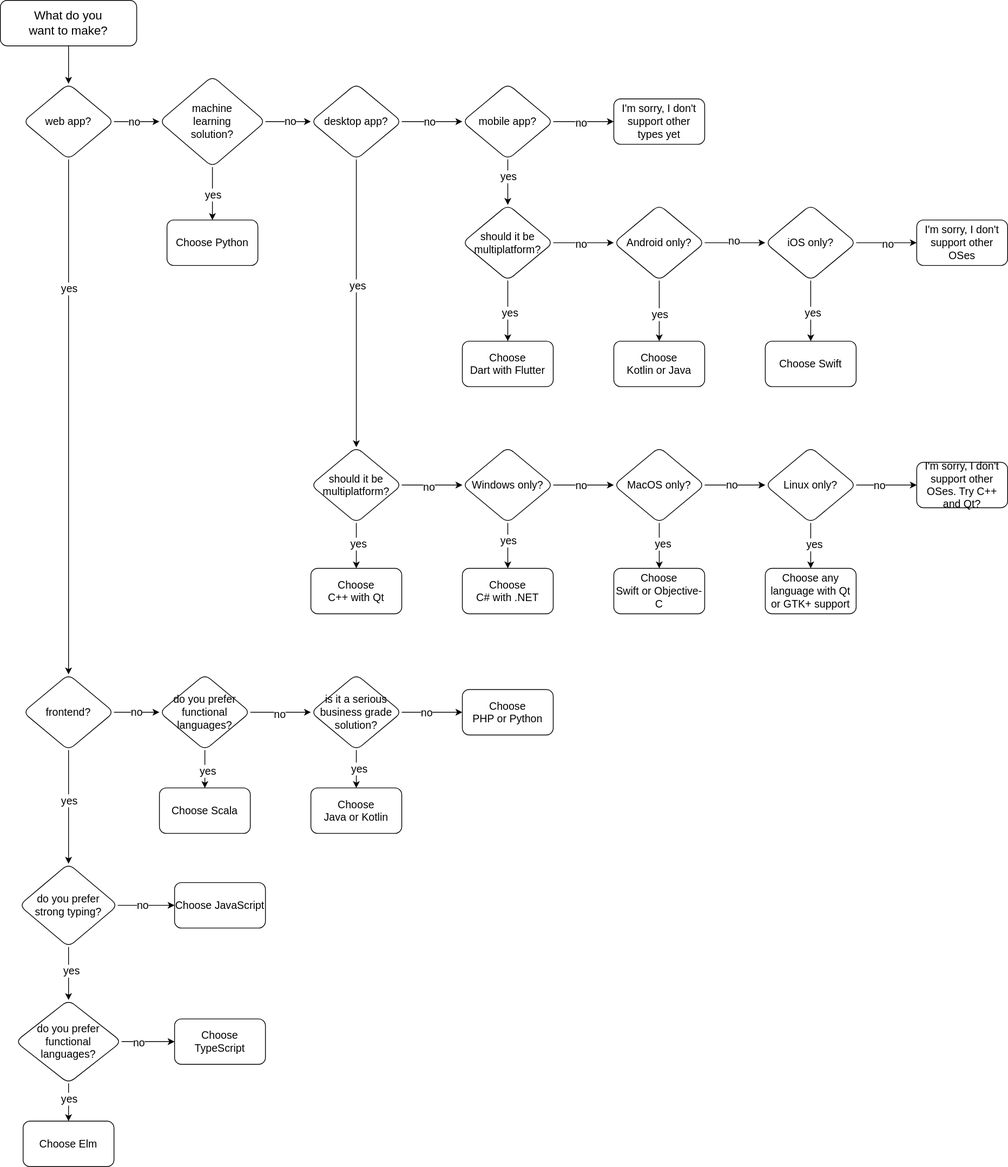
Earlier version of the draw.io export CLIPS/language_chooser.svg (hckr/ai-classes). Source tidied: cells renumbered, new cells last; positions are measured from the earlier drawing's top-left corner, leaving out a move shared by most shapes.
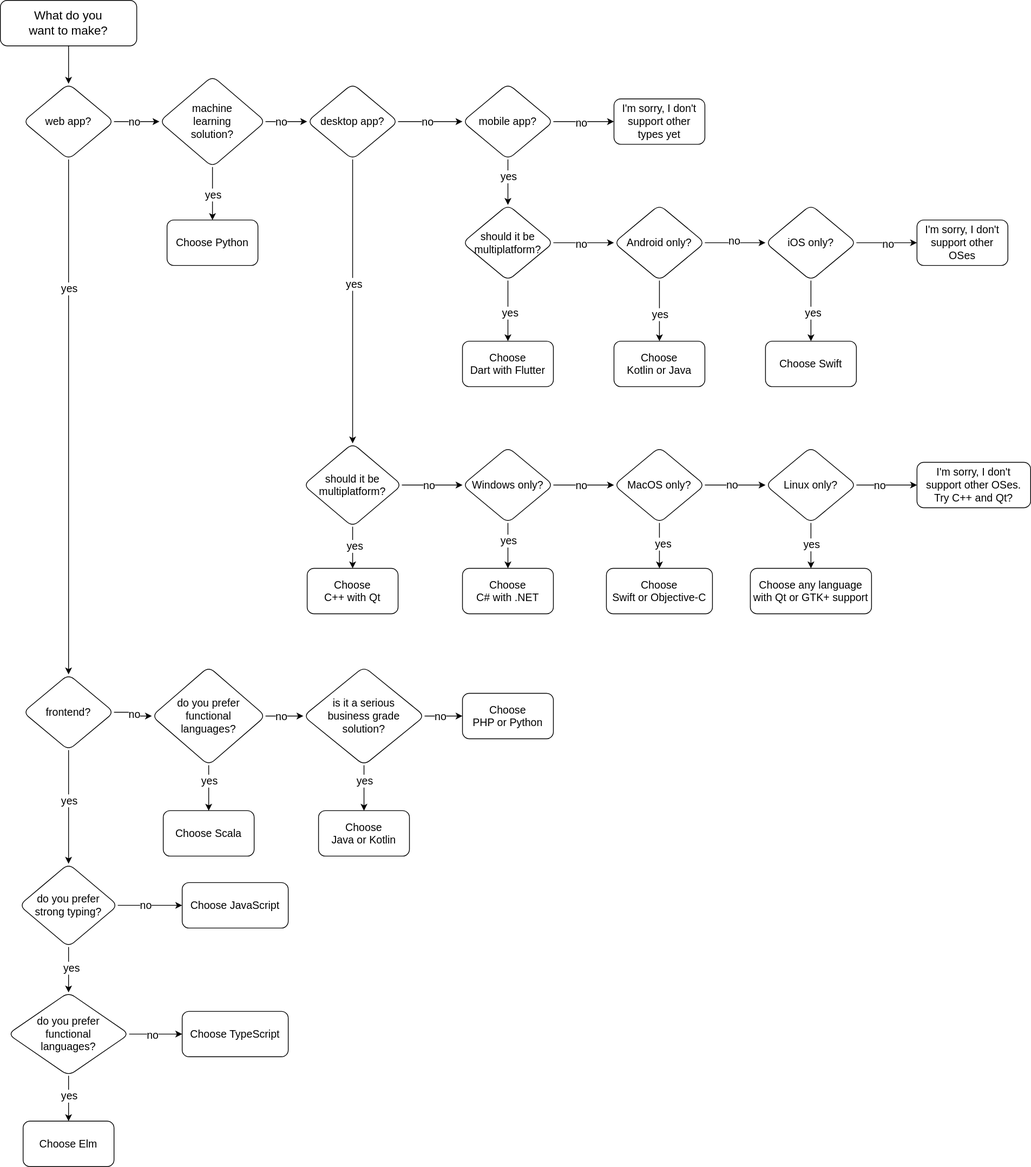
Later version of the same file.

The edit, as a diff of the source:
```diff
@@ -1,4 +1,4 @@
-<mxGraphModel>
+<mxGraphModel background="#FFFFFF">
   <root>
     <mxCell id="0" />
     <mxCell id="1" parent="0" />
@@ -67,43 +67,51 @@
       <mxGeometry relative="1" as="geometry" />
     </mxCell>
     <mxCell id="22" value="no" style="edgeLabel;html=1;align=center;verticalAlign=middle;fontSize=14;" parent="21" vertex="1">
-      <mxGeometry x="-0.37" y="-1" relative="1" as="geometry" />
+      <mxGeometry x="-0.37" y="-1" relative="1" as="geometry">
+        <mxPoint x="8" as="offset" />
+      </mxGeometry>
     </mxCell>
     <mxCell id="23" value="&lt;div style=&quot;font-size: 14px;&quot;&gt;do you prefer&lt;/div&gt;&lt;div style=&quot;font-size: 14px;&quot;&gt;functional&lt;/div&gt;&lt;div style=&quot;font-size: 14px;&quot;&gt;languages?&lt;/div&gt;" style="rhombus;whiteSpace=wrap;html=1;rounded=1;shadow=0;strokeWidth=1;glass=0;fontSize=14;" parent="1" vertex="1">
-      <mxGeometry x="20" y="1320" width="140" height="110" as="geometry" />
+      <mxGeometry x="10" y="1310" width="160" height="110" as="geometry" />
     </mxCell>
     <mxCell id="24" value="Choose Elm" style="whiteSpace=wrap;html=1;rounded=1;shadow=0;strokeWidth=1;glass=0;fontSize=14;" parent="1" vertex="1">
       <mxGeometry x="30" y="1480" width="120" height="60" as="geometry" />
     </mxCell>
     <mxCell id="25" value="Choose TypeScript" style="whiteSpace=wrap;html=1;rounded=1;shadow=0;strokeWidth=1;glass=0;fontSize=14;" parent="1" vertex="1">
-      <mxGeometry x="230" y="1345" width="120" height="60" as="geometry" />
+      <mxGeometry x="240" y="1335" width="140" height="60" as="geometry" />
     </mxCell>
     <mxCell id="26" value="Choose JavaScript" style="whiteSpace=wrap;html=1;rounded=1;shadow=0;strokeWidth=1;glass=0;fontSize=14;" parent="1" vertex="1">
-      <mxGeometry x="230" y="1165" width="120" height="60" as="geometry" />
+      <mxGeometry x="240" y="1165" width="140" height="60" as="geometry" />
     </mxCell>
     <mxCell id="27" style="edgeStyle=orthogonalEdgeStyle;rounded=0;jettySize=auto;html=1;fontSize=14;" parent="1" edge="1" source="31" target="32">
       <mxGeometry relative="1" as="geometry" />
     </mxCell>
     <mxCell id="28" value="yes" style="edgeLabel;html=1;align=center;verticalAlign=middle;fontSize=14;" parent="27" vertex="1">
-      <mxGeometry x="0.08" y="3" relative="1" as="geometry" />
+      <mxGeometry x="0.08" y="3" relative="1" as="geometry">
+        <mxPoint x="-3" y="-12" as="offset" />
+      </mxGeometry>
     </mxCell>
     <mxCell id="29" style="edgeStyle=orthogonalEdgeStyle;rounded=0;jettySize=auto;html=1;fontSize=14;" parent="1" edge="1" source="31" target="37">
       <mxGeometry relative="1" as="geometry" />
     </mxCell>
     <mxCell id="30" value="no" style="edgeLabel;html=1;align=center;verticalAlign=middle;fontSize=14;" parent="29" vertex="1">
-      <mxGeometry x="-0.05" y="-2" relative="1" as="geometry" />
+      <mxGeometry x="-0.05" y="-2" relative="1" as="geometry">
+        <mxPoint x="-4" y="-2" as="offset" />
+      </mxGeometry>
     </mxCell>
-    <mxCell id="31" value="&lt;div style=&quot;font-size: 14px;&quot;&gt;do you prefer functional&lt;/div&gt;&lt;div style=&quot;font-size: 14px;&quot;&gt;languages?&lt;/div&gt;" style="rhombus;whiteSpace=wrap;html=1;rounded=1;shadow=0;strokeWidth=1;glass=0;fontSize=14;" parent="1" vertex="1">
-      <mxGeometry x="210" y="890" width="120" height="100" as="geometry" />
+    <mxCell id="31" value="&lt;div style=&quot;font-size: 14px&quot;&gt;do you prefer&lt;/div&gt;&lt;div style=&quot;font-size: 14px&quot;&gt;functional&lt;/div&gt;&lt;div style=&quot;font-size: 14px&quot;&gt;languages?&lt;/div&gt;" style="rhombus;whiteSpace=wrap;html=1;rounded=1;shadow=0;strokeWidth=1;glass=0;fontSize=14;" parent="1" vertex="1">
+      <mxGeometry x="200" y="880" width="150" height="130" as="geometry" />
     </mxCell>
     <mxCell id="32" value="Choose Scala" style="whiteSpace=wrap;html=1;rounded=1;shadow=0;strokeWidth=1;glass=0;fontSize=14;" parent="1" vertex="1">
-      <mxGeometry x="210" y="1040" width="120" height="60" as="geometry" />
+      <mxGeometry x="215" y="1070" width="120" height="60" as="geometry" />
     </mxCell>
     <mxCell id="33" style="edgeStyle=orthogonalEdgeStyle;rounded=0;jettySize=auto;html=1;fontSize=14;" parent="1" edge="1" source="37" target="38">
       <mxGeometry relative="1" as="geometry" />
     </mxCell>
     <mxCell id="34" value="yes" style="edgeLabel;html=1;align=center;verticalAlign=middle;fontSize=14;" parent="33" vertex="1">
-      <mxGeometry x="-0.04" y="3" relative="1" as="geometry" />
+      <mxGeometry x="-0.04" y="3" relative="1" as="geometry">
+        <mxPoint x="-3" y="-9" as="offset" />
+      </mxGeometry>
     </mxCell>
     <mxCell id="35" style="edgeStyle=orthogonalEdgeStyle;rounded=0;jettySize=auto;html=1;fontSize=14;" parent="1" edge="1" source="37" target="39">
       <mxGeometry relative="1" as="geometry" />
@@ -113,14 +121,14 @@
         <mxPoint y="-3" as="offset" />
       </mxGeometry>
     </mxCell>
-    <mxCell id="37" value="is it a serious business grade solution?" style="rhombus;whiteSpace=wrap;html=1;rounded=1;shadow=0;strokeWidth=1;glass=0;fontSize=14;" parent="1" vertex="1">
-      <mxGeometry x="410" y="890" width="120" height="100" as="geometry" />
+    <mxCell id="37" value="&lt;div&gt;is it a serious&lt;/div&gt;&lt;div&gt;business grade&lt;/div&gt;&lt;div&gt;solution?&lt;/div&gt;" style="rhombus;whiteSpace=wrap;html=1;rounded=1;shadow=0;strokeWidth=1;glass=0;fontSize=14;" parent="1" vertex="1">
+      <mxGeometry x="400" y="880" width="160" height="130" as="geometry" />
     </mxCell>
     <mxCell id="38" value="Choose&lt;br style=&quot;font-size: 14px;&quot;&gt;Java or Kotlin" style="whiteSpace=wrap;html=1;rounded=1;shadow=0;strokeWidth=1;glass=0;fontSize=14;" parent="1" vertex="1">
-      <mxGeometry x="410" y="1040" width="120" height="60" as="geometry" />
+      <mxGeometry x="420" y="1070" width="120" height="60" as="geometry" />
     </mxCell>
     <mxCell id="39" value="Choose&lt;br style=&quot;font-size: 14px;&quot;&gt;PHP or Python" style="whiteSpace=wrap;html=1;rounded=1;shadow=0;strokeWidth=1;glass=0;fontSize=14;" parent="1" vertex="1">
-      <mxGeometry x="610" y="910" width="120" height="60" as="geometry" />
+      <mxGeometry x="610" y="915" width="120" height="60" as="geometry" />
     </mxCell>
     <mxCell id="40" style="edgeStyle=orthogonalEdgeStyle;rounded=0;jettySize=auto;html=1;fontSize=14;" parent="1" edge="1" source="44" target="45">
       <mxGeometry relative="1" as="geometry" />
@@ -134,7 +142,9 @@
       <mxGeometry relative="1" as="geometry" />
     </mxCell>
     <mxCell id="43" value="no" style="edgeLabel;html=1;align=center;verticalAlign=middle;fontSize=14;" parent="42" vertex="1">
-      <mxGeometry x="0.05" y="1" relative="1" as="geometry" />
+      <mxGeometry x="0.05" y="1" relative="1" as="geometry">
+        <mxPoint x="-9" y="1" as="offset" />
+      </mxGeometry>
     </mxCell>
     <mxCell id="44" value="&lt;div&gt;machine&lt;/div&gt;&lt;div&gt;learning&lt;/div&gt;&lt;div&gt;solution?&lt;/div&gt;" style="rhombus;whiteSpace=wrap;html=1;rounded=1;shadow=0;strokeWidth=1;glass=0;fontSize=14;" parent="1" vertex="1">
       <mxGeometry x="210" y="100" width="140" height="120" as="geometry" />
@@ -155,7 +165,7 @@
       <mxGeometry x="-0.1" relative="1" as="geometry" />
     </mxCell>
     <mxCell id="50" value="desktop app?" style="rhombus;whiteSpace=wrap;html=1;rounded=1;shadow=0;strokeWidth=1;glass=0;fontSize=14;" parent="1" vertex="1">
-      <mxGeometry x="410" y="110" width="120" height="100" as="geometry" />
+      <mxGeometry x="405" y="110" width="120" height="100" as="geometry" />
     </mxCell>
     <mxCell id="51" style="edgeStyle=orthogonalEdgeStyle;rounded=0;jettySize=auto;html=1;fontSize=14;" parent="1" edge="1" source="55" target="56">
       <mxGeometry relative="1" as="geometry" />
@@ -167,13 +177,15 @@
       <mxGeometry relative="1" as="geometry" />
     </mxCell>
     <mxCell id="54" value="no" style="edgeLabel;html=1;align=center;verticalAlign=middle;fontSize=14;" parent="53" vertex="1">
-      <mxGeometry x="-0.12" y="-2" relative="1" as="geometry" />
+      <mxGeometry x="-0.12" y="-2" relative="1" as="geometry">
+        <mxPoint y="-2" as="offset" />
+      </mxGeometry>
     </mxCell>
     <mxCell id="55" value="should it be multiplatform?" style="rhombus;whiteSpace=wrap;html=1;rounded=1;shadow=0;strokeWidth=1;glass=0;fontSize=14;" parent="1" vertex="1">
-      <mxGeometry x="410" y="590" width="120" height="100" as="geometry" />
+      <mxGeometry x="400" y="585" width="130" height="110" as="geometry" />
     </mxCell>
     <mxCell id="56" value="Choose&lt;br style=&quot;font-size: 14px;&quot;&gt;C++ with Qt" style="whiteSpace=wrap;html=1;rounded=1;shadow=0;strokeWidth=1;glass=0;fontSize=14;" parent="1" vertex="1">
-      <mxGeometry x="410" y="750" width="120" height="60" as="geometry" />
+      <mxGeometry x="405" y="750" width="120" height="60" as="geometry" />
     </mxCell>
     <mxCell id="57" style="edgeStyle=orthogonalEdgeStyle;rounded=0;jettySize=auto;html=1;fontSize=14;" parent="1" edge="1" source="61" target="62">
       <mxGeometry relative="1" as="geometry" />
@@ -211,13 +223,15 @@
       <mxGeometry x="810" y="590" width="120" height="100" as="geometry" />
     </mxCell>
     <mxCell id="68" value="Choose&lt;br style=&quot;font-size: 14px;&quot;&gt;Swift or Objective-C" style="whiteSpace=wrap;html=1;rounded=1;shadow=0;strokeWidth=1;glass=0;fontSize=14;" parent="1" vertex="1">
-      <mxGeometry x="810" y="750" width="120" height="60" as="geometry" />
+      <mxGeometry x="800" y="750" width="140" height="60" as="geometry" />
     </mxCell>
     <mxCell id="69" style="edgeStyle=orthogonalEdgeStyle;rounded=0;jettySize=auto;html=1;fontSize=14;" parent="1" edge="1" source="73" target="74">
       <mxGeometry relative="1" as="geometry" />
     </mxCell>
     <mxCell id="70" value="yes" style="edgeLabel;html=1;align=center;verticalAlign=middle;fontSize=14;" parent="69" vertex="1">
-      <mxGeometry x="-0.07" y="4" relative="1" as="geometry" />
+      <mxGeometry x="-0.07" y="4" relative="1" as="geometry">
+        <mxPoint x="-4" as="offset" />
+      </mxGeometry>
     </mxCell>
     <mxCell id="71" style="edgeStyle=orthogonalEdgeStyle;rounded=0;jettySize=auto;html=1;fontSize=14;" parent="1" edge="1" source="73" target="75">
       <mxGeometry relative="1" as="geometry" />
@@ -231,10 +245,10 @@
       <mxGeometry x="1010" y="590" width="120" height="100" as="geometry" />
     </mxCell>
     <mxCell id="74" value="Choose any language with Qt or GTK+ support" style="whiteSpace=wrap;html=1;rounded=1;shadow=0;strokeWidth=1;glass=0;fontSize=14;" parent="1" vertex="1">
-      <mxGeometry x="1010" y="750" width="120" height="60" as="geometry" />
+      <mxGeometry x="990" y="750" width="160" height="60" as="geometry" />
     </mxCell>
     <mxCell id="75" value="I'm sorry, I don't support other OSes. Try C++ and Qt?" style="whiteSpace=wrap;html=1;rounded=1;shadow=0;strokeWidth=1;glass=0;fontSize=14;" parent="1" vertex="1">
-      <mxGeometry x="1210" y="610" width="120" height="60" as="geometry" />
+      <mxGeometry x="1210" y="610" width="150" height="60" as="geometry" />
     </mxCell>
     <mxCell id="76" style="edgeStyle=orthogonalEdgeStyle;rounded=0;jettySize=auto;html=1;fontSize=14;" parent="1" edge="1" source="80" target="85">
       <mxGeometry relative="1" as="geometry" />
@@ -313,5 +327,8 @@
     <mxCell id="100" value="&lt;div style=&quot;font-size: 14px;&quot;&gt;I'm sorry, I don't support other&lt;/div&gt;&lt;div style=&quot;font-size: 14px;&quot;&gt;types yet&lt;/div&gt;" style="whiteSpace=wrap;html=1;rounded=1;shadow=0;strokeWidth=1;glass=0;fontSize=14;" parent="1" vertex="1">
       <mxGeometry x="810" y="130" width="120" height="60" as="geometry" />
     </mxCell>
+    <mxCell id="101" style="edgeStyle=orthogonalEdgeStyle;rounded=0;orthogonalLoop=1;jettySize=auto;html=1;exitX=0.5;exitY=1;exitDx=0;exitDy=0;fontSize=14;" parent="1" edge="1" source="25" target="25">
+      <mxGeometry relative="1" as="geometry" />
+    </mxCell>
   </root>
 </mxGraphModel>
```
